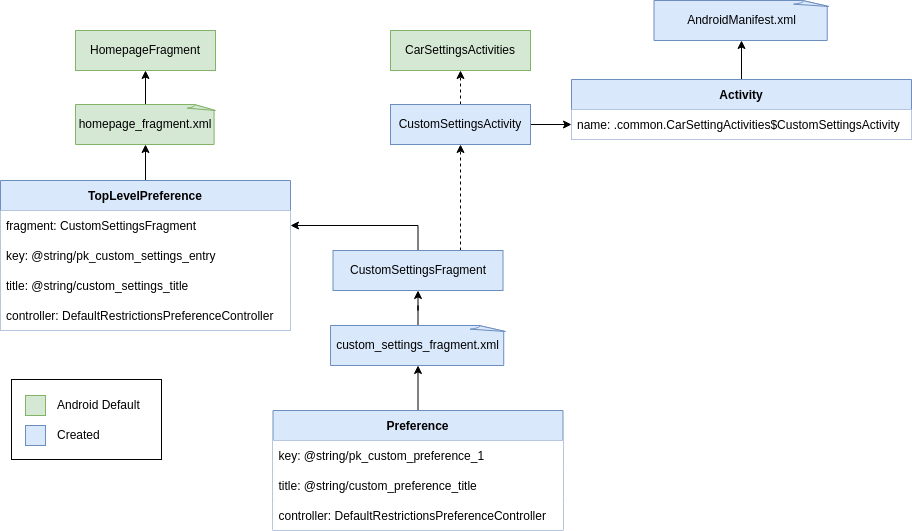
Earlier version of the draw.io export readme/CarSettings.drawio.png (sudoariel/AOSP-CarSettings). Source tidied: cells renumbered, new cells last; positions are measured from the earlier drawing's top-left corner, leaving out a move shared by most shapes.
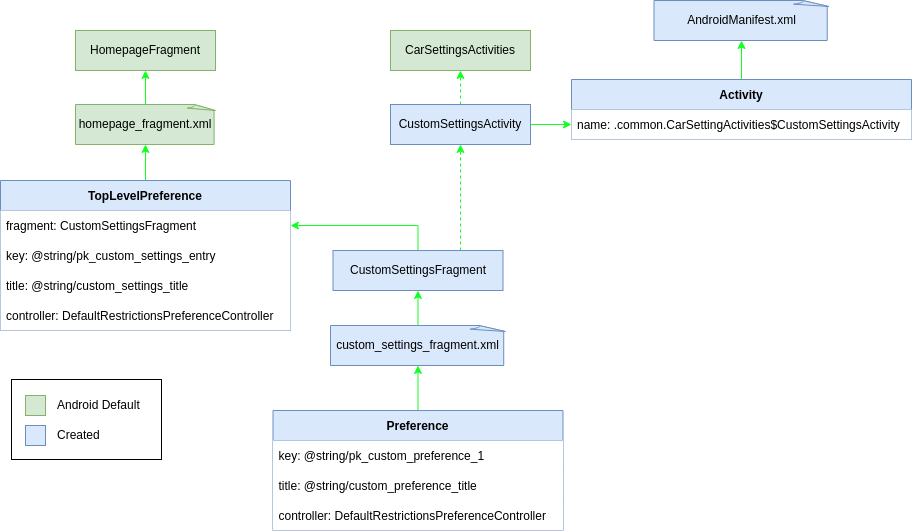
Later version of the same file.

Diff of the diagram source:
```diff
@@ -8,13 +8,13 @@
     <mxCell id="3" value="HomepageFragment" style="rounded=0;whiteSpace=wrap;html=1;fillColor=#d5e8d4;strokeColor=#82b366;" parent="1" vertex="1">
       <mxGeometry x="75" y="30" width="140" height="40" as="geometry" />
     </mxCell>
-    <mxCell id="4" style="edgeStyle=orthogonalEdgeStyle;rounded=0;jettySize=auto;html=1;" parent="1" edge="1" source="5" target="3">
+    <mxCell id="4" style="edgeStyle=orthogonalEdgeStyle;rounded=0;jettySize=auto;html=1;fillColor=#e3c800;strokeColor=#12FF22;" parent="1" edge="1" source="5" target="3">
       <mxGeometry relative="1" as="geometry" />
     </mxCell>
     <mxCell id="5" value="homepage_fragment.xml" style="whiteSpace=wrap;html=1;shape=mxgraph.basic.document;fillColor=#d5e8d4;strokeColor=#82b366;" parent="1" vertex="1">
       <mxGeometry x="75" y="104" width="140" height="40" as="geometry" />
     </mxCell>
-    <mxCell id="6" style="edgeStyle=orthogonalEdgeStyle;rounded=0;jettySize=auto;html=1;entryX=0.5;entryY=1;entryDx=0;entryDy=0;entryPerimeter=0;" parent="1" edge="1" source="7" target="5">
+    <mxCell id="6" style="edgeStyle=orthogonalEdgeStyle;rounded=0;jettySize=auto;html=1;entryX=0.5;entryY=1;entryDx=0;entryDy=0;entryPerimeter=0;fillColor=#e3c800;strokeColor=#12FF22;" parent="1" edge="1" source="7" target="5">
       <mxGeometry relative="1" as="geometry" />
     </mxCell>
     <mxCell id="7" value="TopLevelPreference" style="swimlane;fontStyle=1;horizontal=1;startSize=30;fillColor=#dae8fc;strokeColor=#6c8ebf;" parent="1" vertex="1">
@@ -32,22 +32,22 @@
     <mxCell id="11" value="controller: DefaultRestrictionsPreferenceController" style="text;strokeColor=none;fillColor=#FFFFFF;align=left;verticalAlign=middle;spacingLeft=4;spacingRight=4;overflow=hidden;" parent="7" vertex="1">
       <mxGeometry y="120" width="290" height="30" as="geometry" />
     </mxCell>
-    <mxCell id="12" style="edgeStyle=orthogonalEdgeStyle;rounded=0;jettySize=auto;html=1;exitX=0.5;exitY=0;exitDx=0;exitDy=0;entryX=1;entryY=0.5;entryDx=0;entryDy=0;" parent="1" edge="1" source="14" target="8">
+    <mxCell id="12" style="edgeStyle=orthogonalEdgeStyle;rounded=0;jettySize=auto;html=1;exitX=0.5;exitY=0;exitDx=0;exitDy=0;entryX=1;entryY=0.5;entryDx=0;entryDy=0;fillColor=#e3c800;strokeColor=#12FF22;" parent="1" edge="1" source="14" target="8">
       <mxGeometry relative="1" as="geometry" />
     </mxCell>
-    <mxCell id="13" style="edgeStyle=orthogonalEdgeStyle;rounded=0;jettySize=auto;html=1;entryX=0.5;entryY=1;entryDx=0;entryDy=0;dashed=1;exitX=0.75;exitY=0;exitDx=0;exitDy=0;" parent="1" edge="1" source="14" target="25">
+    <mxCell id="13" style="edgeStyle=orthogonalEdgeStyle;rounded=0;jettySize=auto;html=1;entryX=0.5;entryY=1;entryDx=0;entryDy=0;dashed=1;exitX=0.75;exitY=0;exitDx=0;exitDy=0;fillColor=#e3c800;strokeColor=#12FF22;" parent="1" edge="1" source="14" target="25">
       <mxGeometry relative="1" as="geometry" />
     </mxCell>
     <mxCell id="14" value="CustomSettingsFragment" style="rounded=0;whiteSpace=wrap;html=1;fillColor=#dae8fc;strokeColor=#6c8ebf;" parent="1" vertex="1">
       <mxGeometry x="332.5" y="250" width="170" height="40" as="geometry" />
     </mxCell>
-    <mxCell id="15" style="edgeStyle=orthogonalEdgeStyle;rounded=0;jettySize=auto;html=1;" parent="1" edge="1" source="16" target="14">
+    <mxCell id="15" style="edgeStyle=orthogonalEdgeStyle;rounded=0;jettySize=auto;html=1;exitX=0.5;exitY=0;exitDx=0;exitDy=0;exitPerimeter=0;entryX=0.5;entryY=1;entryDx=0;entryDy=0;fillColor=#e3c800;strokeColor=#12FF22;" parent="1" edge="1" source="16" target="14">
       <mxGeometry relative="1" as="geometry" />
     </mxCell>
     <mxCell id="16" value="custom_settings_fragment.xml" style="whiteSpace=wrap;html=1;shape=mxgraph.basic.document;fillColor=#dae8fc;strokeColor=#6c8ebf;" parent="1" vertex="1">
       <mxGeometry x="330" y="325" width="175" height="40" as="geometry" />
     </mxCell>
-    <mxCell id="17" style="edgeStyle=orthogonalEdgeStyle;rounded=0;jettySize=auto;html=1;entryX=0.5;entryY=1;entryDx=0;entryDy=0;entryPerimeter=0;" parent="1" edge="1" source="18" target="16">
+    <mxCell id="17" style="edgeStyle=orthogonalEdgeStyle;rounded=0;jettySize=auto;html=1;entryX=0.5;entryY=1;entryDx=0;entryDy=0;entryPerimeter=0;fillColor=#e3c800;strokeColor=#12FF22;" parent="1" edge="1" source="18" target="16">
       <mxGeometry relative="1" as="geometry" />
     </mxCell>
     <mxCell id="18" value="Preference" style="swimlane;fontStyle=1;horizontal=1;startSize=30;fillColor=#dae8fc;strokeColor=#6c8ebf;" parent="1" vertex="1">
@@ -65,10 +65,10 @@
     <mxCell id="22" value="CarSettingsActivities" style="rounded=0;whiteSpace=wrap;html=1;fillColor=#d5e8d4;strokeColor=#82b366;" parent="1" vertex="1">
       <mxGeometry x="390" y="30" width="140" height="40" as="geometry" />
     </mxCell>
-    <mxCell id="23" style="edgeStyle=orthogonalEdgeStyle;rounded=0;jettySize=auto;html=1;exitX=0.5;exitY=0;exitDx=0;exitDy=0;entryX=0.5;entryY=1;entryDx=0;entryDy=0;dashed=1;" parent="1" edge="1" source="25" target="22">
+    <mxCell id="23" style="edgeStyle=orthogonalEdgeStyle;rounded=0;jettySize=auto;html=1;exitX=0.5;exitY=0;exitDx=0;exitDy=0;entryX=0.5;entryY=1;entryDx=0;entryDy=0;dashed=1;fillColor=#e3c800;strokeColor=#12FF22;" parent="1" edge="1" source="25" target="22">
       <mxGeometry relative="1" as="geometry" />
     </mxCell>
-    <mxCell id="24" style="edgeStyle=orthogonalEdgeStyle;rounded=0;jettySize=auto;html=1;entryX=0;entryY=0.5;entryDx=0;entryDy=0;" parent="1" edge="1" source="25" target="33">
+    <mxCell id="24" style="edgeStyle=orthogonalEdgeStyle;rounded=0;jettySize=auto;html=1;entryX=0;entryY=0.5;entryDx=0;entryDy=0;fillColor=#e3c800;strokeColor=#12FF22;" parent="1" edge="1" source="25" target="33">
       <mxGeometry relative="1" as="geometry" />
     </mxCell>
     <mxCell id="25" value="CustomSettingsActivity" style="rounded=0;whiteSpace=wrap;html=1;fillColor=#dae8fc;strokeColor=#6c8ebf;" parent="1" vertex="1">
@@ -89,7 +89,7 @@
     <mxCell id="30" value="AndroidManifest.xml" style="whiteSpace=wrap;html=1;shape=mxgraph.basic.document;fillColor=#dae8fc;strokeColor=#6c8ebf;" parent="1" vertex="1">
       <mxGeometry x="653.5" width="175" height="40" as="geometry" />
     </mxCell>
-    <mxCell id="31" style="edgeStyle=orthogonalEdgeStyle;rounded=0;jettySize=auto;html=1;entryX=0.5;entryY=1;entryDx=0;entryDy=0;entryPerimeter=0;" parent="1" edge="1" source="32" target="30">
+    <mxCell id="31" style="edgeStyle=orthogonalEdgeStyle;rounded=0;jettySize=auto;html=1;entryX=0.5;entryY=1;entryDx=0;entryDy=0;entryPerimeter=0;fillColor=#e3c800;strokeColor=#12FF22;" parent="1" edge="1" source="32" target="30">
       <mxGeometry relative="1" as="geometry" />
     </mxCell>
     <mxCell id="32" value="Activity" style="swimlane;fontStyle=1;horizontal=1;startSize=30;fillColor=#dae8fc;strokeColor=#6c8ebf;" parent="1" vertex="1">
```
